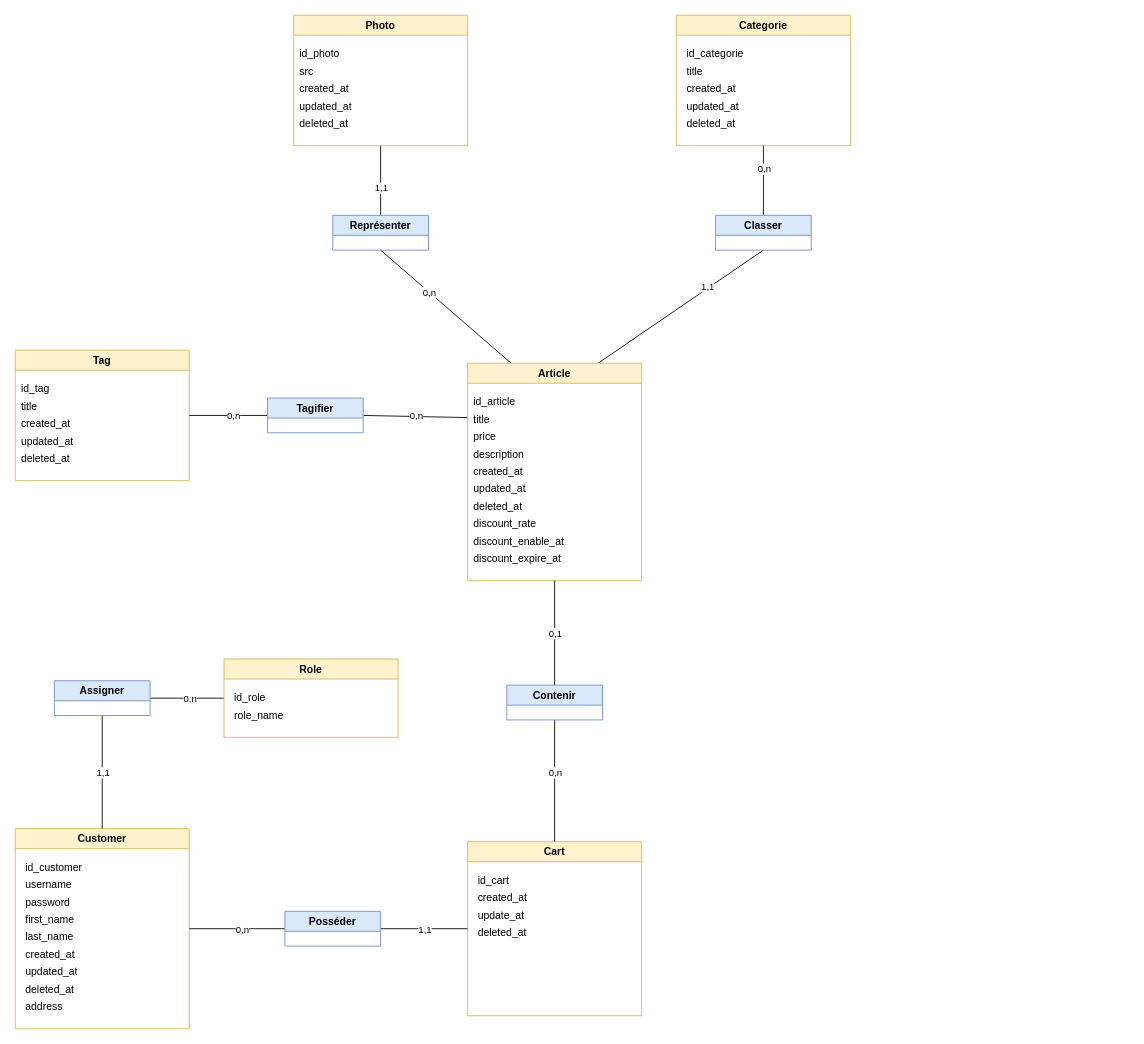
Above: Untitled Diagram.drawio in LeNelSoN/mandzou-new (draw.io), before the change. Source tidied: cells renumbered, new cells numbered last; positions are measured from the earlier drawing's top-left corner, leaving out a move shared by most shapes. Both pictures are drawn from the tidied source at 87%, with x=0, y=0 at pixel (15, 15).
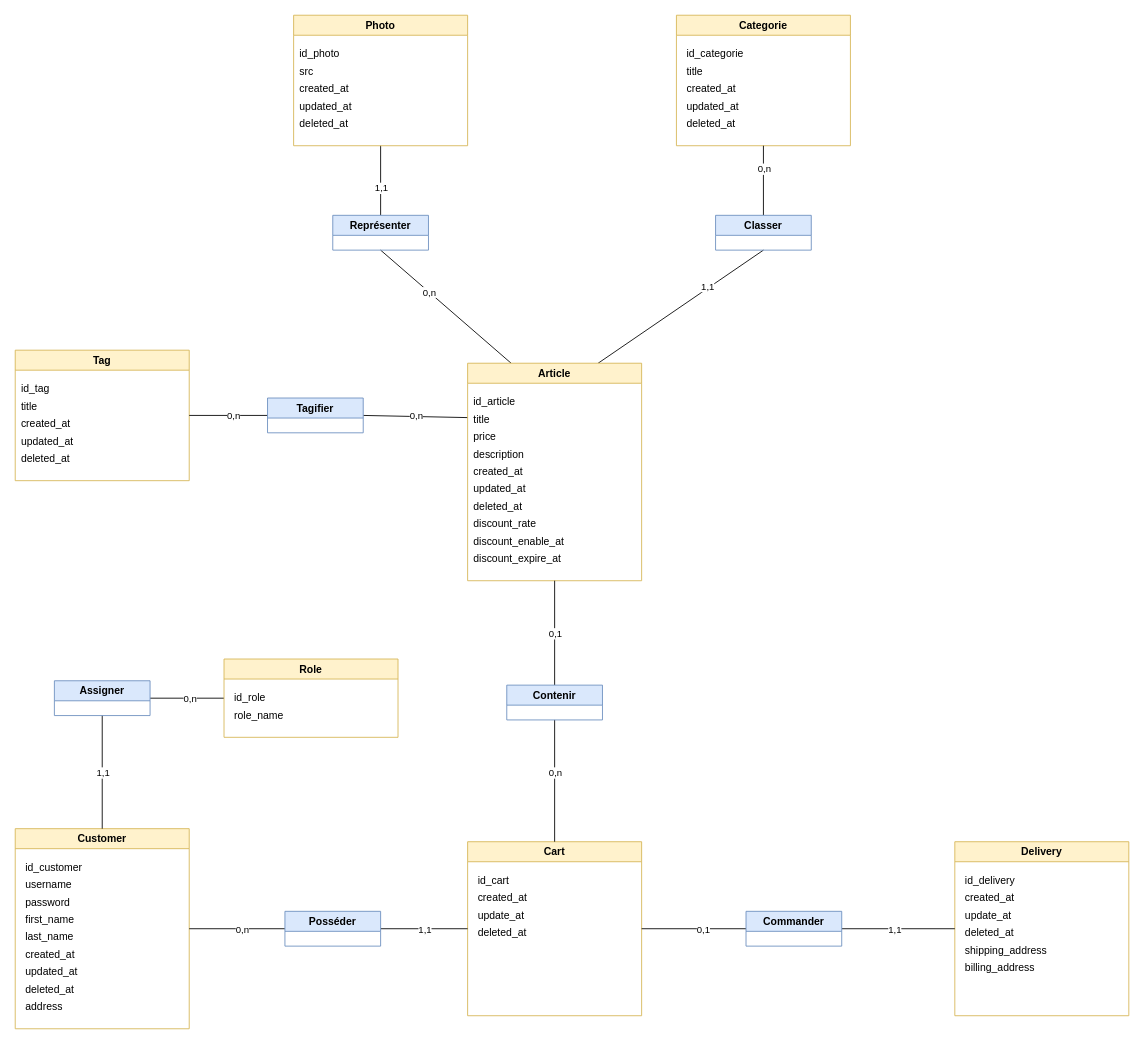
The same diagram, later.

Commit message:
add commande entité

Unchanged cells that the change refers to:
```xml
<mxCell id="56" value="Cart" style="swimlane;whiteSpace=wrap;html=1;fillColor=#fff2cc;strokeColor=#d6b656;" parent="1" vertex="1">
  <mxGeometry x="520" y="950" width="200" height="200" as="geometry" />
</mxCell>
```

Change to the diagram source:
```diff
@@
+    <mxCell id="79" value="Delivery" style="swimlane;whiteSpace=wrap;html=1;fillColor=#fff2cc;strokeColor=#d6b656;startSize=23;" parent="1" vertex="1">
+      <mxGeometry x="1080" y="950" width="200" height="200" as="geometry" />
+    </mxCell>
+    <mxCell id="80" value="id_delivery" style="text;html=1;align=left;verticalAlign=middle;strokeColor=none;fillColor=none;" parent="79" vertex="1">
+      <mxGeometry x="10" y="30" width="80" height="30" as="geometry" />
+    </mxCell>
+    <mxCell id="81" value="created_at" style="text;html=1;align=left;verticalAlign=middle;strokeColor=none;fillColor=none;" parent="79" vertex="1">
+      <mxGeometry x="10" y="50" width="80" height="30" as="geometry" />
+    </mxCell>
+    <mxCell id="82" value="update_at" style="text;html=1;align=left;verticalAlign=middle;strokeColor=none;fillColor=none;" parent="79" vertex="1">
+      <mxGeometry x="10" y="70" width="80" height="30" as="geometry" />
+    </mxCell>
+    <mxCell id="83" value="deleted_at" style="text;html=1;align=left;verticalAlign=middle;strokeColor=none;fillColor=none;" parent="79" vertex="1">
+      <mxGeometry x="10" y="90" width="80" height="30" as="geometry" />
+    </mxCell>
+    <mxCell id="84" value="shipping_address" style="text;html=1;align=left;verticalAlign=middle;strokeColor=none;fillColor=none;" parent="79" vertex="1">
+      <mxGeometry x="10" y="110" width="120" height="30" as="geometry" />
+    </mxCell>
+    <mxCell id="85" value="billing_address" style="text;html=1;align=left;verticalAlign=middle;strokeColor=none;fillColor=none;" parent="79" vertex="1">
+      <mxGeometry x="10" y="130" width="100" height="30" as="geometry" />
+    </mxCell>
+    <mxCell id="86" style="edgeStyle=orthogonalEdgeStyle;rounded=0;jettySize=auto;html=1;exitX=0;exitY=0.5;exitDx=0;exitDy=0;entryX=1;entryY=0.5;entryDx=0;entryDy=0;endArrow=none;endFill=0;" parent="1" edge="1" source="90" target="56">
+      <mxGeometry relative="1" as="geometry" />
+    </mxCell>
+    <mxCell id="87" value="0,1" style="edgeLabel;html=1;align=center;verticalAlign=middle;" parent="86" vertex="1">
+      <mxGeometry x="0.28" y="2" relative="1" as="geometry">
+        <mxPoint x="27" y="-2" as="offset" />
+      </mxGeometry>
+    </mxCell>
+    <mxCell id="88" style="edgeStyle=orthogonalEdgeStyle;rounded=0;jettySize=auto;html=1;exitX=1;exitY=0.5;exitDx=0;exitDy=0;entryX=0;entryY=0.5;entryDx=0;entryDy=0;endArrow=none;endFill=0;" parent="1" edge="1" source="90" target="79">
+      <mxGeometry relative="1" as="geometry" />
+    </mxCell>
+    <mxCell id="89" value="1,1&lt;br&gt;" style="edgeLabel;html=1;align=center;verticalAlign=middle;" parent="88" vertex="1">
+      <mxGeometry x="-0.25" y="-2" relative="1" as="geometry">
+        <mxPoint x="11" y="-2" as="offset" />
+      </mxGeometry>
+    </mxCell>
+    <mxCell id="90" value="Commander" style="swimlane;whiteSpace=wrap;html=1;fillColor=#dae8fc;strokeColor=#6c8ebf;" parent="1" vertex="1">
+      <mxGeometry x="840" y="1030" width="110" height="40" as="geometry" />
+    </mxCell>
```
